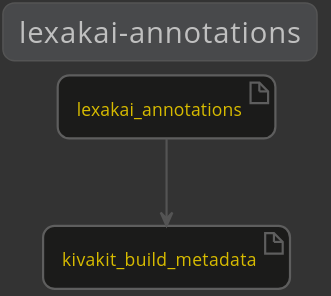
Earlier version of the PlantUML export docs/lexakai/lexakai-annotations/documentation/diagrams/dependencies.svg (Telenav/lexakai-assets). The source it was exported from:
```plantuml
@startuml

    !include lexakai.theme

    title "lexakai-annotations"

    artifact kivakit_build_metadata
    artifact lexakai_annotations
    lexakai_annotations --> kivakit_build_metadata

@enduml
```
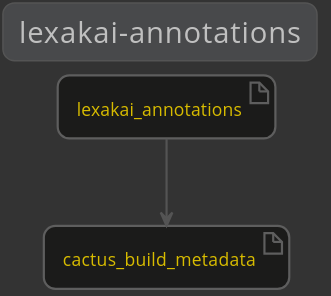
The same diagram one commit later.

The edit, as a diff of the source:
```diff
@@ -4,8 +4,8 @@
 
     title "lexakai-annotations"
 
-    artifact kivakit_build_metadata
+    artifact cactus_build_metadata
     artifact lexakai_annotations
-    lexakai_annotations --> kivakit_build_metadata
+    lexakai_annotations --> cactus_build_metadata
 
 @enduml
```
